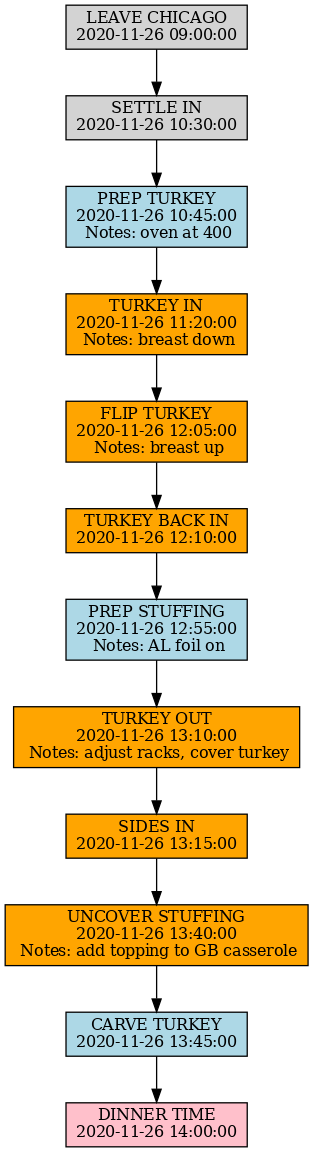
Above: outputs/timeline-graph.gv.png in milesjwinter/thanksgiving_timeline (Graphviz), before the change. Its source is kept beside it as outputs/timeline-graph.gv. Its diagram source:
```dot
digraph {
	graph [size="12,12"]
	node [align=left fontsize=12 height=0.2 ranksep=0.1 shape=box style=filled]
	0 [label="LEAVE CHICAGO
2020-11-26 09:00:00"]
	0 -> 1
	1 [label="SETTLE IN
2020-11-26 10:30:00"]
	1 -> 2
	2 [label="PREP TURKEY
2020-11-26 10:45:00
 Notes: oven at 400" fillcolor=lightblue]
	2 -> 3
	3 [label="TURKEY IN
2020-11-26 11:20:00
 Notes: breast down" fillcolor=orange]
	3 -> 4
	4 [label="FLIP TURKEY
2020-11-26 12:05:00
 Notes: breast up" fillcolor=orange]
	4 -> 5
	5 [label="TURKEY BACK IN
2020-11-26 12:10:00" fillcolor=orange]
	5 -> 6
	6 [label="PREP STUFFING
2020-11-26 12:55:00
 Notes: AL foil on" fillcolor=lightblue]
	6 -> 7
	7 [label="TURKEY OUT
2020-11-26 13:10:00
 Notes: adjust racks, cover turkey" fillcolor=orange]
	7 -> 8
	8 [label="SIDES IN
2020-11-26 13:15:00" fillcolor=orange]
	8 -> 9
	9 [label="UNCOVER STUFFING
2020-11-26 13:40:00
 Notes: add topping to GB casserole" fillcolor=orange]
	9 -> 10
	10 [label="CARVE TURKEY
2020-11-26 13:45:00" fillcolor=lightblue]
	10 -> 11
	11 [label="DINNER TIME
2020-11-26 14:00:00" fillcolor=pink]
}
```
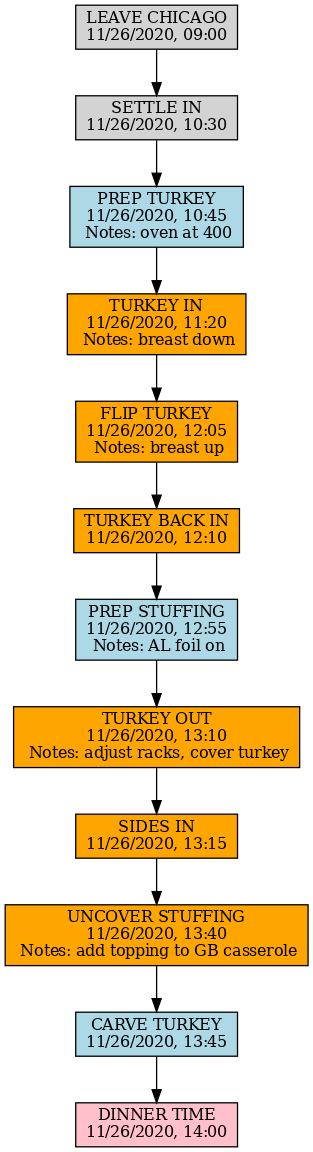
After the change.

Diff of the diagram source:
```diff
@@ -2,44 +2,44 @@
 	graph [size="12,12"]
 	node [align=left fontsize=12 height=0.2 ranksep=0.1 shape=box style=filled]
 	0 [label="LEAVE CHICAGO
-2020-11-26 09:00:00"]
+11/26/2020, 09:00"]
 	0 -> 1
 	1 [label="SETTLE IN
-2020-11-26 10:30:00"]
+11/26/2020, 10:30"]
 	1 -> 2
 	2 [label="PREP TURKEY
-2020-11-26 10:45:00
+11/26/2020, 10:45
  Notes: oven at 400" fillcolor=lightblue]
 	2 -> 3
 	3 [label="TURKEY IN
-2020-11-26 11:20:00
+11/26/2020, 11:20
  Notes: breast down" fillcolor=orange]
 	3 -> 4
 	4 [label="FLIP TURKEY
-2020-11-26 12:05:00
+11/26/2020, 12:05
  Notes: breast up" fillcolor=orange]
 	4 -> 5
 	5 [label="TURKEY BACK IN
-2020-11-26 12:10:00" fillcolor=orange]
+11/26/2020, 12:10" fillcolor=orange]
 	5 -> 6
 	6 [label="PREP STUFFING
-2020-11-26 12:55:00
+11/26/2020, 12:55
  Notes: AL foil on" fillcolor=lightblue]
 	6 -> 7
 	7 [label="TURKEY OUT
-2020-11-26 13:10:00
+11/26/2020, 13:10
  Notes: adjust racks, cover turkey" fillcolor=orange]
 	7 -> 8
 	8 [label="SIDES IN
-2020-11-26 13:15:00" fillcolor=orange]
+11/26/2020, 13:15" fillcolor=orange]
 	8 -> 9
 	9 [label="UNCOVER STUFFING
-2020-11-26 13:40:00
+11/26/2020, 13:40
  Notes: add topping to GB casserole" fillcolor=orange]
 	9 -> 10
 	10 [label="CARVE TURKEY
-2020-11-26 13:45:00" fillcolor=lightblue]
+11/26/2020, 13:45" fillcolor=lightblue]
 	10 -> 11
 	11 [label="DINNER TIME
-2020-11-26 14:00:00" fillcolor=pink]
+11/26/2020, 14:00" fillcolor=pink]
 }
```
